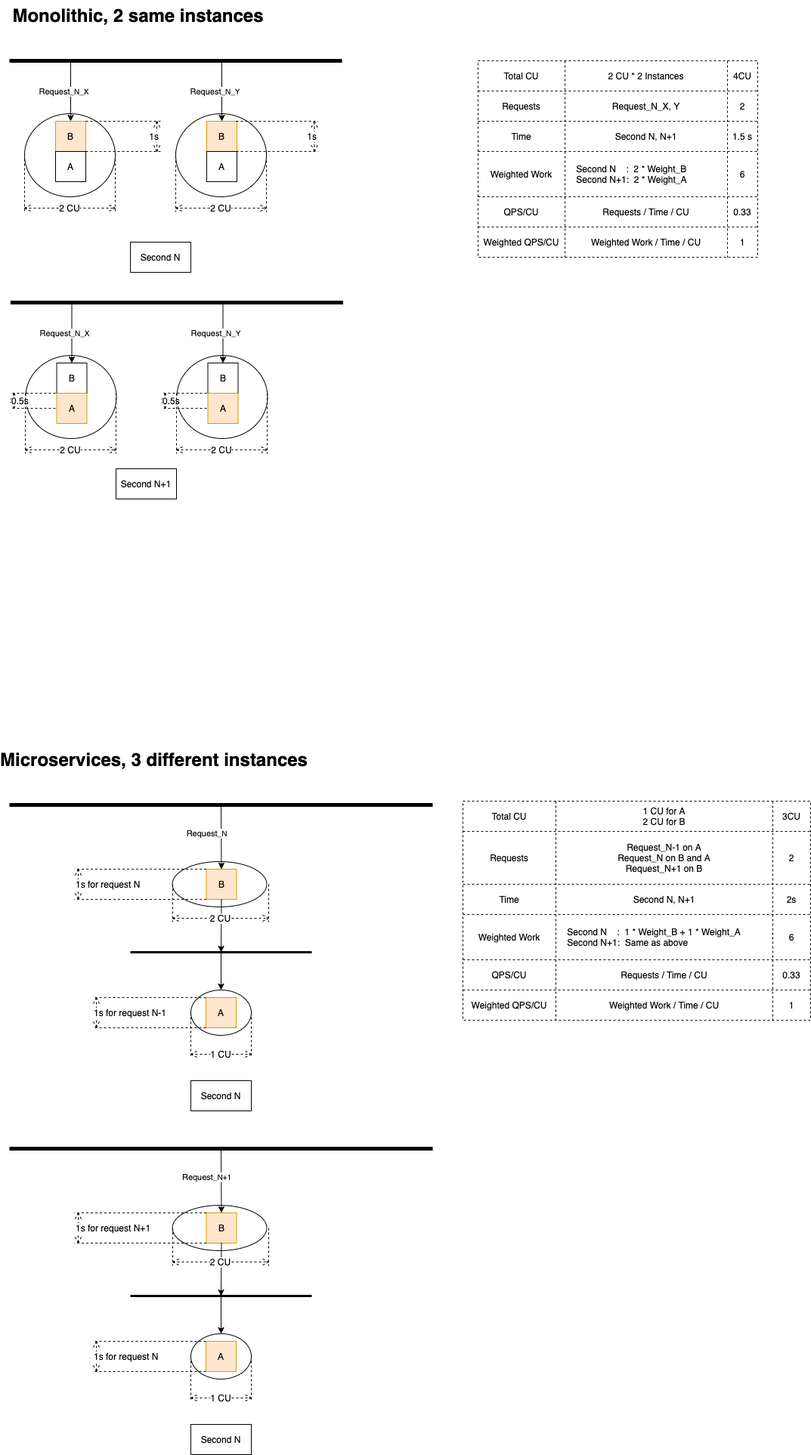
Before: 2021-11-how-independent-scaling-helps-with-performance/same-rt-different-min-cu/serial/b-calls-a.drawio.png, a diagram exported from draw.io (chenjianjx/cjx-diagrams). Source tidied: cells renumbered, new cells last; positions are measured from the earlier drawing's top-left corner, leaving out a move shared by most shapes.
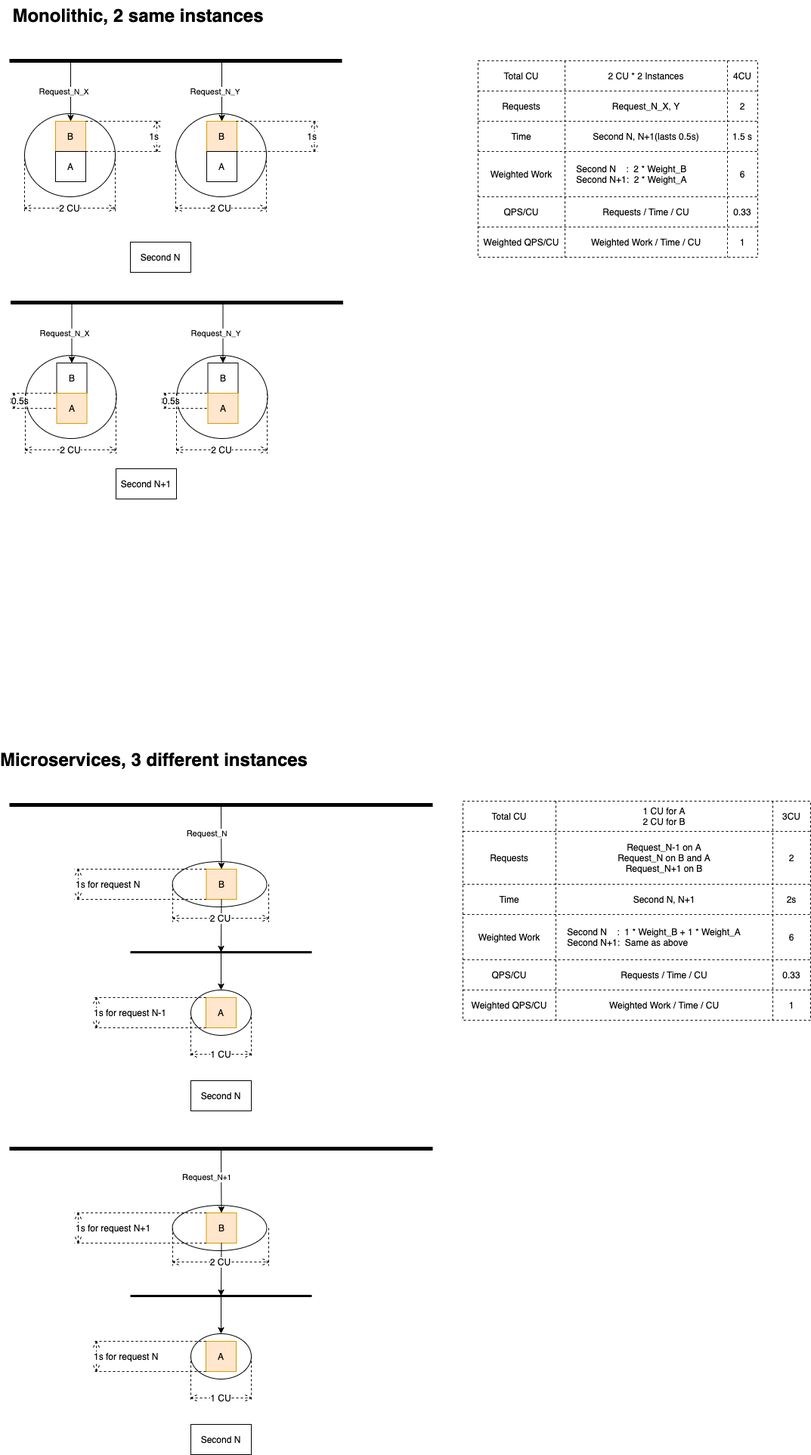
Above is the later version.

Diff of the diagram source:
```diff
@@ -69,7 +69,7 @@
     <mxCell id="20" value="Time" style="shape=partialRectangle;html=1;whiteSpace=wrap;fillColor=none;top=0;left=0;bottom=0;right=0;overflow=hidden;" parent="19" vertex="1">
       <mxGeometry width="115" height="40" as="geometry" />
     </mxCell>
-    <mxCell id="21" value="Second N, N+1" style="shape=partialRectangle;html=1;whiteSpace=wrap;fillColor=none;top=0;left=0;bottom=0;right=0;overflow=hidden;" parent="19" vertex="1">
+    <mxCell id="21" value="Second N, N+1(lasts 0.5s)" style="shape=partialRectangle;html=1;whiteSpace=wrap;fillColor=none;top=0;left=0;bottom=0;right=0;overflow=hidden;" parent="19" vertex="1">
       <mxGeometry x="115" width="215" height="40" as="geometry" />
     </mxCell>
     <mxCell id="22" value="1.5 s" style="shape=partialRectangle;html=1;whiteSpace=wrap;fillColor=none;top=0;left=0;bottom=0;right=0;overflow=hidden;" parent="19" vertex="1">
```
